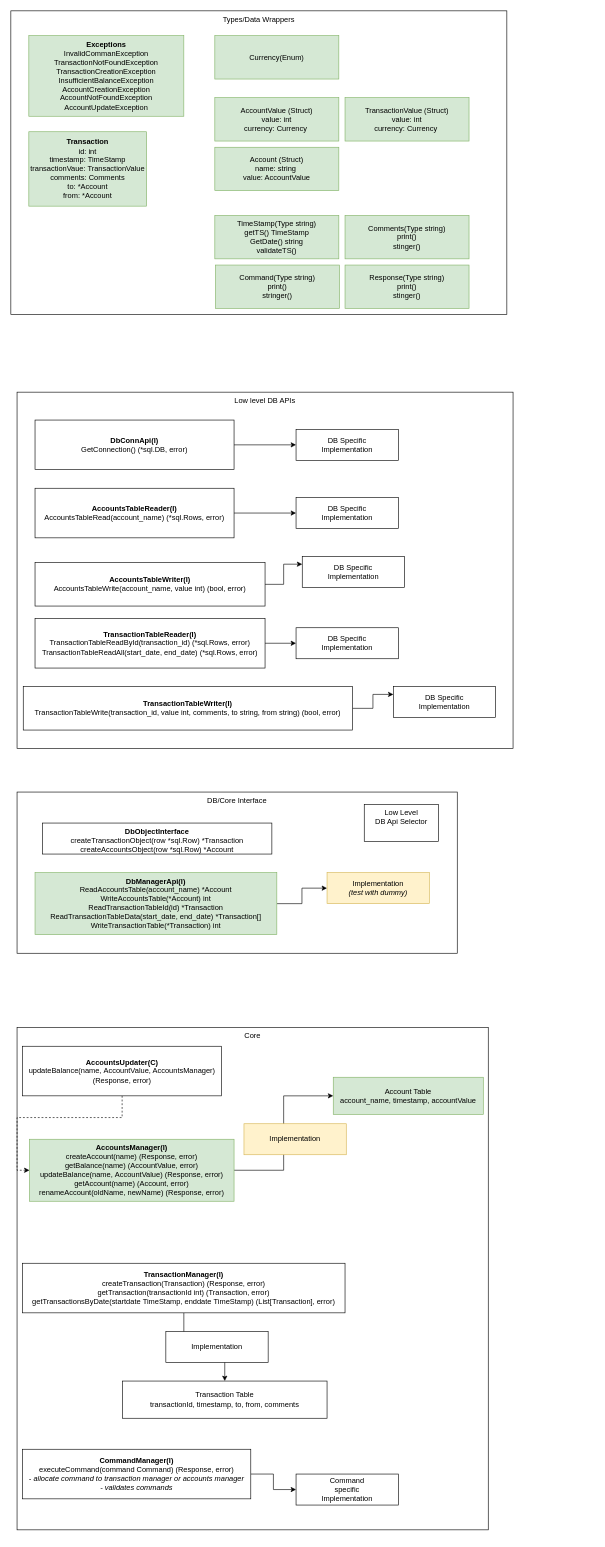
This is page "LLD" (2 of 3) of architecture/personal_finance_utility.drawio from pogo420/persofin, a draw.io file, before an edit. Source tidied: cells renumbered, new cells numbered last; positions are measured from the earlier drawing's top-left corner, leaving out a move shared by most shapes. Both pictures are drawn from the tidied source at 62%, with x=0, y=0 at pixel (11, 11).
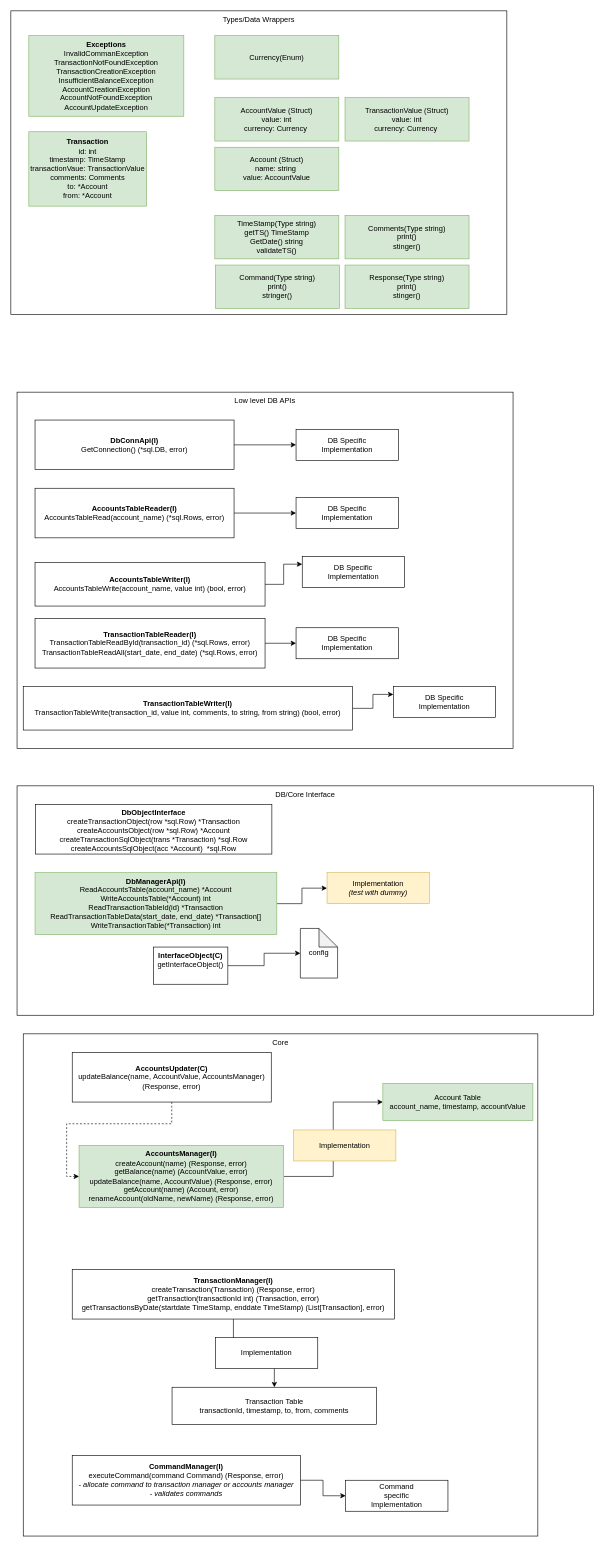
The same page after the edit.

Commit message (it also covers changes not shown here):
architecture freeze + plan

The edit, as a diff of the source:
```diff
@@
     <mxCell id="2" value="Core" style="rounded=0;whiteSpace=wrap;html=1;verticalAlign=top;" parent="1" vertex="1">
-      <mxGeometry x="10" y="1640" width="760" height="810" as="geometry" />
+      <mxGeometry x="20" y="1650" width="830" height="810" as="geometry" />
     </mxCell>
     <mxCell id="3" value="DB/Core Interface" style="rounded=0;whiteSpace=wrap;html=1;verticalAlign=top;" parent="1" vertex="1">
-      <mxGeometry x="10" y="1260" width="710" height="260" as="geometry" />
+      <mxGeometry x="10" y="1250" width="930" height="370" as="geometry" />
     </mxCell>
@@
     <mxCell id="11" value="&lt;b&gt;TransactionManager(I)&lt;br&gt;&lt;/b&gt;createTransaction(Transaction) (Response, error)&lt;br&gt;getTransaction(transactionId int) (Transaction, error)&lt;br&gt;getTransactionsByDate(startdate&amp;nbsp;TimeStamp, enddate&amp;nbsp;TimeStamp) (List[Transaction], error)" style="rounded=0;whiteSpace=wrap;html=1;" parent="1" vertex="1">
-      <mxGeometry x="19" y="2020" width="520" height="80" as="geometry" />
+      <mxGeometry x="99" y="2030" width="520" height="80" as="geometry" />
     </mxCell>
@@
     <mxCell id="13" value="&lt;b&gt;AccountsManager(I)&lt;br&gt;&lt;/b&gt;createAccount(name) (Response, error)&lt;br&gt;getBalance(name) (AccountValue, error)&lt;br&gt;updateBalance(name,&amp;nbsp;AccountValue) (Response, error)&lt;br&gt;getAccount(name) (Account, error)&lt;br&gt;renameAccount(oldName, newName) (Response, error)" style="rounded=0;whiteSpace=wrap;html=1;fillColor=#d5e8d4;strokeColor=#82b366;" parent="1" vertex="1">
-      <mxGeometry x="30" y="1820" width="330" height="100" as="geometry" />
+      <mxGeometry x="110" y="1830" width="330" height="100" as="geometry" />
     </mxCell>
     <mxCell id="14" value="Account Table&lt;br&gt;account_name, timestamp, accountValue" style="rounded=0;whiteSpace=wrap;html=1;fillColor=#d5e8d4;strokeColor=#82b366;" parent="1" vertex="1">
-      <mxGeometry x="520" y="1720" width="242" height="60" as="geometry" />
+      <mxGeometry x="600" y="1730" width="242" height="60" as="geometry" />
     </mxCell>
     <mxCell id="15" value="Transaction Table&lt;br&gt;transactionId, timestamp, to, from, comments" style="rounded=0;whiteSpace=wrap;html=1;" parent="1" vertex="1">
-      <mxGeometry x="180" y="2210" width="330" height="60" as="geometry" />
+      <mxGeometry x="260" y="2220" width="330" height="60" as="geometry" />
     </mxCell>
@@
     <mxCell id="20" value="&lt;b&gt;AccountsUpdater(C)&lt;/b&gt;&lt;br&gt;updateBalance(name,&amp;nbsp;AccountValue, AccountsManager) (Response, error)" style="rounded=0;whiteSpace=wrap;html=1;" parent="1" vertex="1">
-      <mxGeometry x="19" y="1670" width="321" height="80" as="geometry" />
+      <mxGeometry x="99" y="1680" width="321" height="80" as="geometry" />
     </mxCell>
@@
     <mxCell id="22" value="&lt;b&gt;CommandManager(I)&lt;br&gt;&lt;/b&gt;executeCommand(command Command) (Response, error)&lt;br&gt;&lt;i&gt;- allocate command to transaction manager or accounts manager&lt;br&gt;- validates commands&lt;br&gt;&lt;/i&gt;" style="rounded=0;whiteSpace=wrap;html=1;" parent="1" vertex="1">
-      <mxGeometry x="19" y="2320" width="368" height="80" as="geometry" />
+      <mxGeometry x="99" y="2330" width="368" height="80" as="geometry" />
     </mxCell>
@@
     <mxCell id="26" value="&lt;span style=&quot;font-weight: normal&quot;&gt;Implementation&lt;/span&gt;" style="rounded=0;whiteSpace=wrap;html=1;fontStyle=1;fillColor=#fff2cc;strokeColor=#d6b656;" parent="1" vertex="1">
-      <mxGeometry x="376" y="1795" width="165" height="50" as="geometry" />
+      <mxGeometry x="456" y="1805" width="165" height="50" as="geometry" />
     </mxCell>
     <mxCell id="27" value="Implementation" style="rounded=0;whiteSpace=wrap;html=1;" parent="1" vertex="1">
-      <mxGeometry x="250" y="2130" width="165" height="50" as="geometry" />
+      <mxGeometry x="330" y="2140" width="165" height="50" as="geometry" />
     </mxCell>
     <mxCell id="28" value="Command&lt;br&gt;specific &lt;br&gt;Implementation" style="rounded=0;whiteSpace=wrap;html=1;" parent="1" vertex="1">
-      <mxGeometry x="460" y="2360" width="165" height="50" as="geometry" />
+      <mxGeometry x="540" y="2370" width="165" height="50" as="geometry" />
     </mxCell>
@@
-    <mxCell id="44" value="&lt;b&gt;DbObjectInterface&lt;br&gt;&lt;/b&gt;createTransactionObject(row *sql.Row) *Transaction&lt;br&gt;createAccountsObject(row *sql.Row) *Account" style="rounded=0;whiteSpace=wrap;html=1;verticalAlign=top;" parent="1" vertex="1">
-      <mxGeometry x="51" y="1310" width="370" height="50" as="geometry" />
+    <mxCell id="44" value="&lt;b&gt;DbObjectInterface&lt;br&gt;&lt;/b&gt;createTransactionObject(row *sql.Row) *Transaction&lt;br&gt;createAccountsObject(row *sql.Row) *Account&lt;br&gt;createTransactionSqlObject(trans *Transaction) *sql.Row&lt;br&gt;createAccountsSqlObject(acc *Account)&amp;nbsp; *sql.Row" style="rounded=0;whiteSpace=wrap;html=1;verticalAlign=top;" parent="1" vertex="1">
+      <mxGeometry x="40" y="1280" width="381" height="80" as="geometry" />
     </mxCell>
@@
+    <mxCell id="49" style="edgeStyle=orthogonalEdgeStyle;rounded=0;jettySize=auto;html=1;entryX=0;entryY=0.5;entryDx=0;entryDy=0;entryPerimeter=0;" parent="1" edge="1" source="47" target="50">
+      <mxGeometry relative="1" as="geometry" />
+    </mxCell>
-    <mxCell id="47" value="Low Level&lt;br&gt;DB Api Selector" style="rounded=0;whiteSpace=wrap;html=1;verticalAlign=top;" parent="1" vertex="1">
-      <mxGeometry x="570" y="1280" width="120" height="60" as="geometry" />
+    <mxCell id="47" value="&lt;b&gt;InterfaceObject(C)&lt;br&gt;&lt;/b&gt;getInterfaceObject()" style="rounded=0;whiteSpace=wrap;html=1;verticalAlign=top;" parent="1" vertex="1">
+      <mxGeometry x="230" y="1510" width="120" height="60" as="geometry" />
     </mxCell>
@@
+    <mxCell id="50" value="config" style="shape=note;whiteSpace=wrap;html=1;backgroundOutline=1;darkOpacity=0.05;" parent="1" vertex="1">
+      <mxGeometry x="467" y="1480" width="60" height="80" as="geometry" />
+    </mxCell>
```
